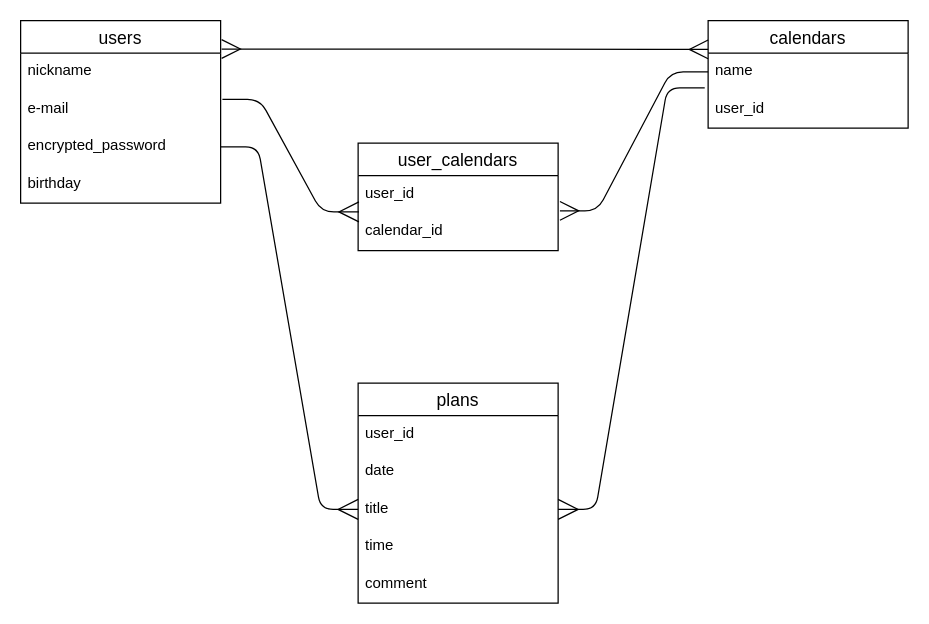
Earlier version of the draw.io diagram sharecalendar.dio (gomachan3232/sharecalendar). Source tidied: cells renumbered, new cells numbered last; positions are measured from the earlier drawing's top-left corner, leaving out a move shared by most shapes. Both pictures are drawn from the tidied source at 125%, with x=0, y=0 at pixel (20, 20).
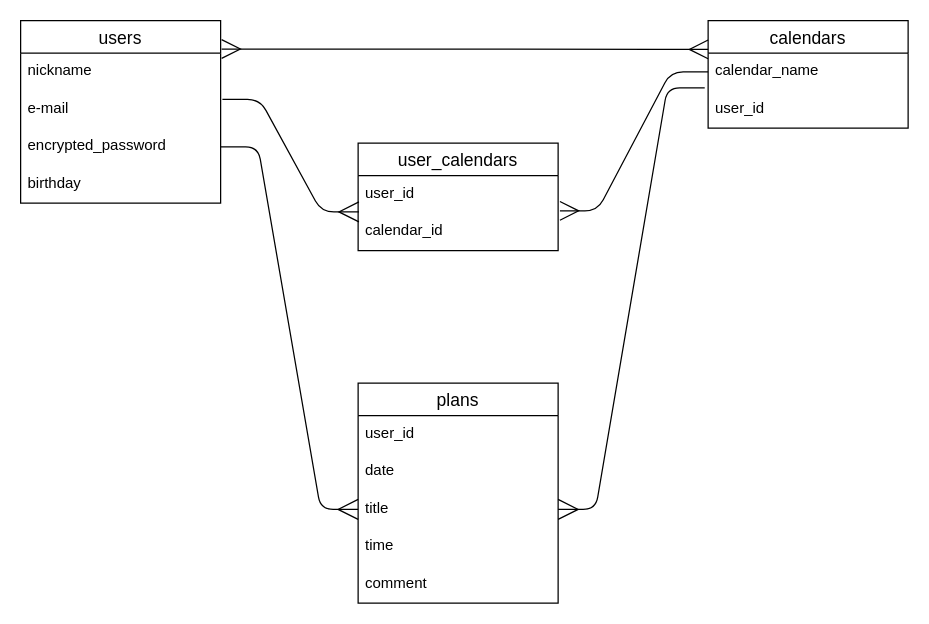
The same page after the edit.

The change refers to these unchanged cells:
```xml
<mxCell id="2" value="calendars" style="swimlane;fontStyle=0;horizontal=1;startSize=26;align=center;fontSize=14;" parent="1" vertex="1">
  <mxGeometry x="550" width="160" height="86" as="geometry" />
</mxCell>
```

The edit, as a diff of the source:
```diff
@@
-    <mxCell id="3" value="name" style="text;strokeColor=none;fillColor=none;spacingLeft=4;spacingRight=4;overflow=hidden;points=[[0,0.5],[1,0.5]];portConstraint=eastwest;fontSize=12;" parent="2" vertex="1">
+    <mxCell id="3" value="calendar_name" style="text;strokeColor=none;fillColor=none;spacingLeft=4;spacingRight=4;overflow=hidden;points=[[0,0.5],[1,0.5]];portConstraint=eastwest;fontSize=12;" parent="2" vertex="1">
       <mxGeometry y="26" width="160" height="30" as="geometry" />
     </mxCell>
```
